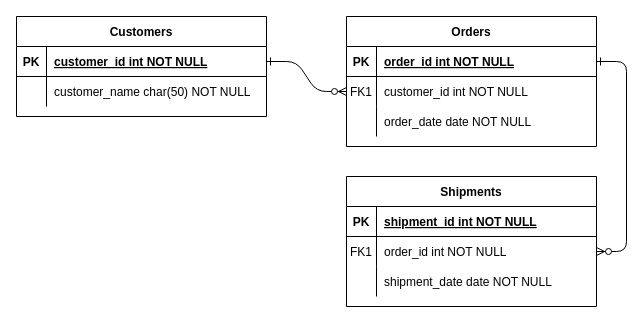
The draw.io diagram doc/수강신청테이블.drawio in dalkjsdlf/special-lecture, before the edit. Source tidied: cells renumbered, new cells numbered last; positions are measured from the earlier drawing's top-left corner, leaving out a move shared by most shapes. Both pictures are drawn from the tidied source at 100%, with x=0, y=0 at pixel (16, 16).
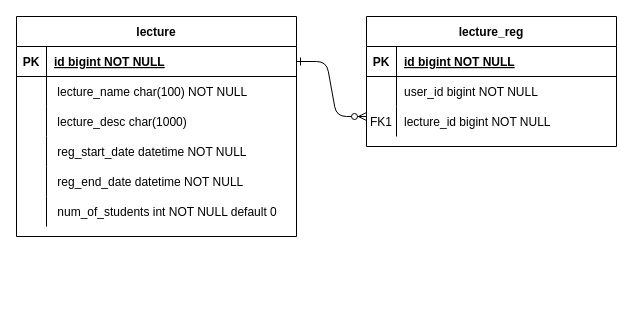
The same diagram, later.

Commit message:
수강신청테이블.drawio 업데이트

The change refers to these unchanged cells:
```xml
<mxCell id="5" style="shape=partialRectangle;fillColor=none;points=[[0,0.5],[1,0.5]];portConstraint=eastwest;top=0;left=0;right=0;bottom=1;" parent="4" vertex="1">
  <mxGeometry y="30" width="250" height="30" as="geometry" />
</mxCell>
<mxCell id="8" style="shape=partialRectangle;fillColor=none;points=[[0,0.5],[1,0.5]];portConstraint=eastwest;top=0;left=0;right=0;bottom=0;" parent="4" vertex="1">
  <mxGeometry y="60" width="250" height="30" as="geometry" />
</mxCell>
<mxCell id="11" style="shape=partialRectangle;fillColor=none;top=0;left=0;right=0;bottom=0;" parent="4" vertex="1">
  <mxGeometry y="90" width="250" height="30" as="geometry" />
</mxCell>
```

The edit, as a diff of the source:
```diff
@@
-    <mxCell id="2" style="edgeStyle=entityRelationEdgeStyle;endArrow=ERzeroToMany;startArrow=ERone;endFill=1;startFill=0;" parent="1" edge="1" source="25" target="8">
-      <mxGeometry relative="1" as="geometry" />
+    <mxCell id="2" style="edgeStyle=entityRelationEdgeStyle;endArrow=ERzeroToMany;startArrow=ERone;endFill=1;startFill=0;" parent="1" edge="1" source="25">
+      <mxGeometry relative="1" as="geometry">
+        <mxPoint x="350" y="100" as="targetPoint" />
+      </mxGeometry>
     </mxCell>
-    <mxCell id="3" style="edgeStyle=entityRelationEdgeStyle;endArrow=ERzeroToMany;startArrow=ERone;endFill=1;startFill=0;" parent="1" edge="1" source="5" target="18">
-      <mxGeometry relative="1" as="geometry" />
-    </mxCell>
+    <mxCell id="24" value="lecture" style="shape=table;startSize=30;childLayout=tableLayout;rowLines=0;fontStyle=1;align=center;" parent="1" vertex="1">
+      <mxGeometry width="280" height="220" as="geometry" />
+    </mxCell>
+    <mxCell id="25" style="shape=partialRectangle;fillColor=none;points=[[0,0.5],[1,0.5]];portConstraint=eastwest;top=0;left=0;right=0;bottom=1;" parent="24" vertex="1">
+      <mxGeometry y="30" width="280" height="30" as="geometry" />
+    </mxCell>
+    <mxCell id="26" value="PK" style="shape=partialRectangle;overflow=hidden;fillColor=none;top=0;left=0;bottom=0;right=0;fontStyle=1;" parent="25" vertex="1">
+      <mxGeometry width="30" height="30" as="geometry" />
+    </mxCell>
+    <mxCell id="27" value="id bigint NOT NULL " style="shape=partialRectangle;overflow=hidden;fillColor=none;top=0;left=0;bottom=0;right=0;align=left;spacingLeft=6;fontStyle=5;" parent="25" vertex="1">
+      <mxGeometry x="30" width="250" height="30" as="geometry" />
+    </mxCell>
+    <mxCell id="31" style="shape=partialRectangle;fillColor=none;top=0;left=0;right=0;bottom=0;" parent="24" vertex="1">
+      <mxGeometry y="60" width="280" height="30" as="geometry" />
+    </mxCell>
+    <mxCell id="32" style="shape=partialRectangle;overflow=hidden;fillColor=none;top=0;left=0;bottom=0;right=0;" parent="31" vertex="1">
+      <mxGeometry width="30" height="30" as="geometry" />
+    </mxCell>
+    <mxCell id="33" value=" lecture_name char(100) NOT NULL" style="shape=partialRectangle;overflow=hidden;fillColor=none;top=0;left=0;bottom=0;right=0;align=left;spacingLeft=6;" parent="31" vertex="1">
+      <mxGeometry x="30" width="250" height="30" as="geometry" />
+    </mxCell>
+    <mxCell id="34" style="shape=partialRectangle;fillColor=none;top=0;left=0;right=0;bottom=0;" parent="24" vertex="1">
+      <mxGeometry y="90" width="280" height="30" as="geometry" />
+    </mxCell>
+    <mxCell id="35" style="shape=partialRectangle;overflow=hidden;fillColor=none;top=0;left=0;bottom=0;right=0;" parent="34" vertex="1">
+      <mxGeometry width="30" height="30" as="geometry" />
+    </mxCell>
+    <mxCell id="36" value=" lecture_desc char(1000)" style="shape=partialRectangle;overflow=hidden;fillColor=none;top=0;left=0;bottom=0;right=0;align=left;spacingLeft=6;" parent="34" vertex="1">
+      <mxGeometry x="30" width="250" height="30" as="geometry" />
+    </mxCell>
+    <mxCell id="37" style="shape=partialRectangle;fillColor=none;top=0;left=0;right=0;bottom=0;" parent="24" vertex="1">
+      <mxGeometry y="120" width="280" height="30" as="geometry" />
+    </mxCell>
+    <mxCell id="38" style="shape=partialRectangle;overflow=hidden;fillColor=none;top=0;left=0;bottom=0;right=0;" parent="37" vertex="1">
+      <mxGeometry width="30" height="30" as="geometry" />
+    </mxCell>
+    <mxCell id="39" value=" reg_start_date datetime NOT NULL" style="shape=partialRectangle;overflow=hidden;fillColor=none;top=0;left=0;bottom=0;right=0;align=left;spacingLeft=6;" parent="37" vertex="1">
+      <mxGeometry x="30" width="250" height="30" as="geometry" />
+    </mxCell>
+    <mxCell id="40" style="shape=partialRectangle;fillColor=none;top=0;left=0;right=0;bottom=0;" parent="24" vertex="1">
+      <mxGeometry y="150" width="280" height="30" as="geometry" />
+    </mxCell>
+    <mxCell id="41" style="shape=partialRectangle;overflow=hidden;fillColor=none;top=0;left=0;bottom=0;right=0;" parent="40" vertex="1">
+      <mxGeometry width="30" height="30" as="geometry" />
+    </mxCell>
+    <mxCell id="42" value=" reg_end_date datetime NOT NULL" style="shape=partialRectangle;overflow=hidden;fillColor=none;top=0;left=0;bottom=0;right=0;align=left;spacingLeft=6;" parent="40" vertex="1">
+      <mxGeometry x="30" width="250" height="30" as="geometry" />
+    </mxCell>
+    <mxCell id="28" style="shape=partialRectangle;fillColor=none;top=0;left=0;right=0;bottom=0;" parent="24" vertex="1">
+      <mxGeometry y="180" width="280" height="30" as="geometry" />
+    </mxCell>
+    <mxCell id="29" style="shape=partialRectangle;overflow=hidden;fillColor=none;top=0;left=0;bottom=0;right=0;" parent="28" vertex="1">
+      <mxGeometry width="30" height="30" as="geometry" />
+    </mxCell>
+    <mxCell id="30" value=" num_of_students int NOT NULL default 0 " style="shape=partialRectangle;overflow=hidden;fillColor=none;top=0;left=0;bottom=0;right=0;align=left;spacingLeft=6;" parent="28" vertex="1">
+      <mxGeometry x="30" width="250" height="30" as="geometry" />
+    </mxCell>
-    <mxCell id="4" value="Orders" style="shape=table;startSize=30;childLayout=tableLayout;rowLines=0;fontStyle=1;align=center;" parent="1" vertex="1">
-      <mxGeometry x="330" width="250" height="130" as="geometry" />
+    <mxCell id="4" value="lecture_reg" style="shape=table;startSize=30;childLayout=tableLayout;rowLines=0;fontStyle=1;align=center;" parent="1" vertex="1">
+      <mxGeometry x="350" width="250" height="130" as="geometry" />
     </mxCell>
@@
-    <mxCell id="7" value="order_id int NOT NULL " style="shape=partialRectangle;overflow=hidden;fillColor=none;top=0;left=0;bottom=0;right=0;align=left;spacingLeft=6;fontStyle=5;" parent="5" vertex="1">
+    <mxCell id="7" value="id bigint NOT NULL " style="shape=partialRectangle;overflow=hidden;fillColor=none;top=0;left=0;bottom=0;right=0;align=left;spacingLeft=6;fontStyle=5;" parent="5" vertex="1">
       <mxGeometry x="30" width="220" height="30" as="geometry" />
     </mxCell>
@@
-    <mxCell id="9" value="FK1" style="shape=partialRectangle;overflow=hidden;fillColor=none;top=0;left=0;bottom=0;right=0;" parent="8" vertex="1">
+    <mxCell id="9" style="shape=partialRectangle;overflow=hidden;fillColor=none;top=0;left=0;bottom=0;right=0;" parent="8" vertex="1">
       <mxGeometry width="30" height="30" as="geometry" />
     </mxCell>
-    <mxCell id="10" value="customer_id int NOT NULL" style="shape=partialRectangle;overflow=hidden;fillColor=none;top=0;left=0;bottom=0;right=0;align=left;spacingLeft=6;" parent="8" vertex="1">
+    <mxCell id="10" value="user_id bigint NOT NULL" style="shape=partialRectangle;overflow=hidden;fillColor=none;top=0;left=0;bottom=0;right=0;align=left;spacingLeft=6;" parent="8" vertex="1">
       <mxGeometry x="30" width="220" height="30" as="geometry" />
     </mxCell>
@@
-    <mxCell id="13" value="order_date date NOT NULL" style="shape=partialRectangle;overflow=hidden;fillColor=none;top=0;left=0;bottom=0;right=0;align=left;spacingLeft=6;" parent="11" vertex="1">
+    <mxCell id="13" value="lecture_id bigint NOT NULL" style="shape=partialRectangle;overflow=hidden;fillColor=none;top=0;left=0;bottom=0;right=0;align=left;spacingLeft=6;" parent="11" vertex="1">
       <mxGeometry x="30" width="220" height="30" as="geometry" />
     </mxCell>
-    <mxCell id="14" value="Shipments" style="shape=table;startSize=30;childLayout=tableLayout;rowLines=0;fontStyle=1;align=center;" parent="1" vertex="1">
-      <mxGeometry x="330" y="160" width="250" height="130" as="geometry" />
-    </mxCell>
-    <mxCell id="15" style="shape=partialRectangle;fillColor=none;top=0;left=0;right=0;bottom=1;" parent="14" vertex="1">
-      <mxGeometry y="30" width="250" height="30" as="geometry" />
-    </mxCell>
-    <mxCell id="16" value="PK" style="shape=partialRectangle;overflow=hidden;fillColor=none;top=0;left=0;bottom=0;right=0;fontStyle=1;" parent="15" vertex="1">
-      <mxGeometry width="30" height="30" as="geometry" />
-    </mxCell>
-    <mxCell id="17" value="shipment_id int NOT NULL " style="shape=partialRectangle;overflow=hidden;fillColor=none;top=0;left=0;bottom=0;right=0;align=left;spacingLeft=6;fontStyle=5;" parent="15" vertex="1">
-      <mxGeometry x="30" width="220" height="30" as="geometry" />
-    </mxCell>
-    <mxCell id="18" style="shape=partialRectangle;fillColor=none;points=[[0,0.5],[1,0.5]];portConstraint=eastwest;top=0;left=0;right=0;bottom=0;" parent="14" vertex="1">
-      <mxGeometry y="60" width="250" height="30" as="geometry" />
-    </mxCell>
-    <mxCell id="19" value="FK1" style="shape=partialRectangle;overflow=hidden;fillColor=none;top=0;left=0;bottom=0;right=0;" parent="18" vertex="1">
-      <mxGeometry width="30" height="30" as="geometry" />
+    <mxCell id="19" value="FK1" style="shape=partialRectangle;overflow=hidden;fillColor=none;top=0;left=0;bottom=0;right=0;" parent="1" vertex="1">
+      <mxGeometry x="350" y="90" width="30" height="30" as="geometry" />
     </mxCell>
-    <mxCell id="20" value="order_id int NOT NULL" style="shape=partialRectangle;overflow=hidden;fillColor=none;top=0;left=0;bottom=0;right=0;align=left;spacingLeft=6;" parent="18" vertex="1">
-      <mxGeometry x="30" width="220" height="30" as="geometry" />
-    </mxCell>
-    <mxCell id="21" style="shape=partialRectangle;fillColor=none;top=0;left=0;right=0;bottom=0;" parent="14" vertex="1">
-      <mxGeometry y="90" width="250" height="30" as="geometry" />
-    </mxCell>
-    <mxCell id="22" style="shape=partialRectangle;overflow=hidden;fillColor=none;top=0;left=0;bottom=0;right=0;" parent="21" vertex="1">
-      <mxGeometry width="30" height="30" as="geometry" />
-    </mxCell>
-    <mxCell id="23" value="shipment_date date NOT NULL" style="shape=partialRectangle;overflow=hidden;fillColor=none;top=0;left=0;bottom=0;right=0;align=left;spacingLeft=6;" parent="21" vertex="1">
-      <mxGeometry x="30" width="220" height="30" as="geometry" />
-    </mxCell>
-    <mxCell id="24" value="Customers" style="shape=table;startSize=30;childLayout=tableLayout;rowLines=0;fontStyle=1;align=center;" parent="1" vertex="1">
-      <mxGeometry width="250" height="100" as="geometry" />
-    </mxCell>
-    <mxCell id="25" style="shape=partialRectangle;fillColor=none;points=[[0,0.5],[1,0.5]];portConstraint=eastwest;top=0;left=0;right=0;bottom=1;" parent="24" vertex="1">
-      <mxGeometry y="30" width="250" height="30" as="geometry" />
-    </mxCell>
-    <mxCell id="26" value="PK" style="shape=partialRectangle;overflow=hidden;fillColor=none;top=0;left=0;bottom=0;right=0;fontStyle=1;" parent="25" vertex="1">
-      <mxGeometry width="30" height="30" as="geometry" />
-    </mxCell>
-    <mxCell id="27" value="customer_id int NOT NULL " style="shape=partialRectangle;overflow=hidden;fillColor=none;top=0;left=0;bottom=0;right=0;align=left;spacingLeft=6;fontStyle=5;" parent="25" vertex="1">
-      <mxGeometry x="30" width="220" height="30" as="geometry" />
-    </mxCell>
-    <mxCell id="28" style="shape=partialRectangle;fillColor=none;top=0;left=0;right=0;bottom=0;" parent="24" vertex="1">
-      <mxGeometry y="60" width="250" height="30" as="geometry" />
-    </mxCell>
-    <mxCell id="29" style="shape=partialRectangle;overflow=hidden;fillColor=none;top=0;left=0;bottom=0;right=0;" parent="28" vertex="1">
-      <mxGeometry width="30" height="30" as="geometry" />
-    </mxCell>
-    <mxCell id="30" value="customer_name char(50) NOT NULL" style="shape=partialRectangle;overflow=hidden;fillColor=none;top=0;left=0;bottom=0;right=0;align=left;spacingLeft=6;" parent="28" vertex="1">
-      <mxGeometry x="30" width="220" height="30" as="geometry" />
-    </mxCell>
```
